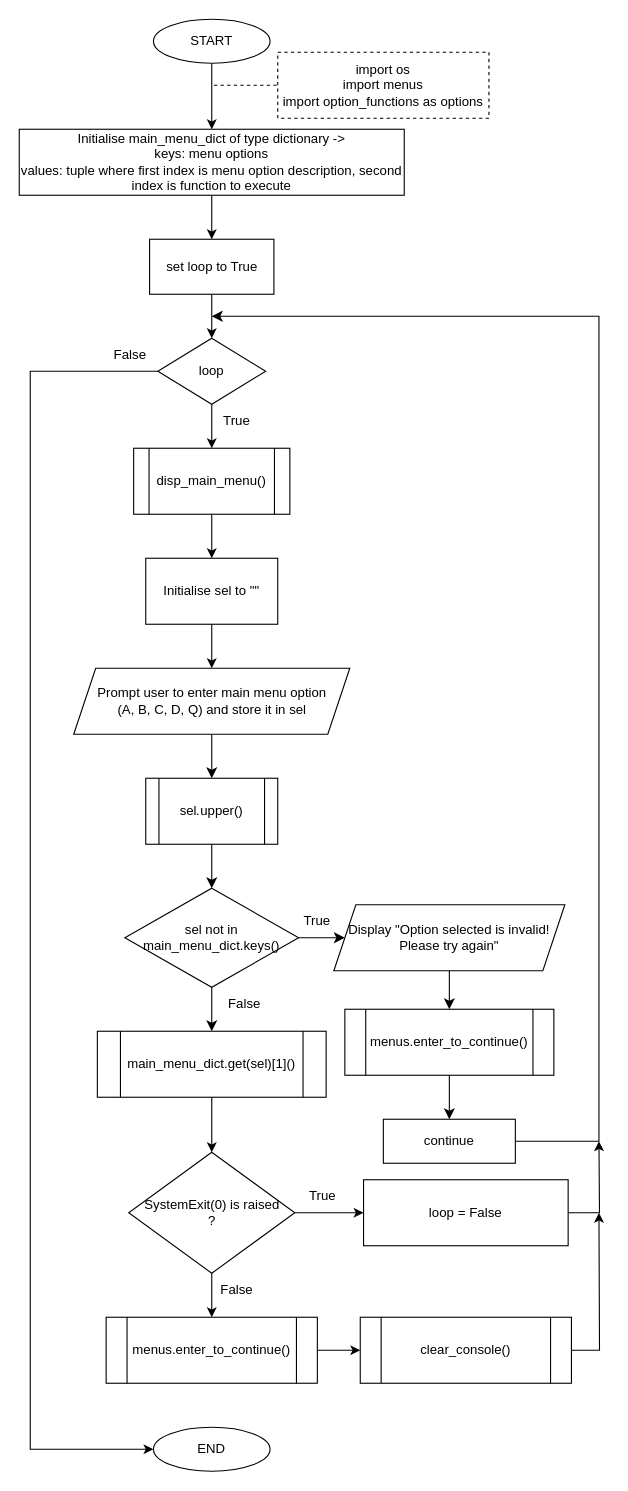
Above: Flow Charts/main.drawio in SNGTech/CPPSProject (draw.io), before the change. Source tidied: cells renumbered, new cells numbered last; positions are measured from the earlier drawing's top-left corner, leaving out a move shared by most shapes. Both pictures are drawn from the tidied source at 110%, with x=0, y=0 at pixel (19, 19).
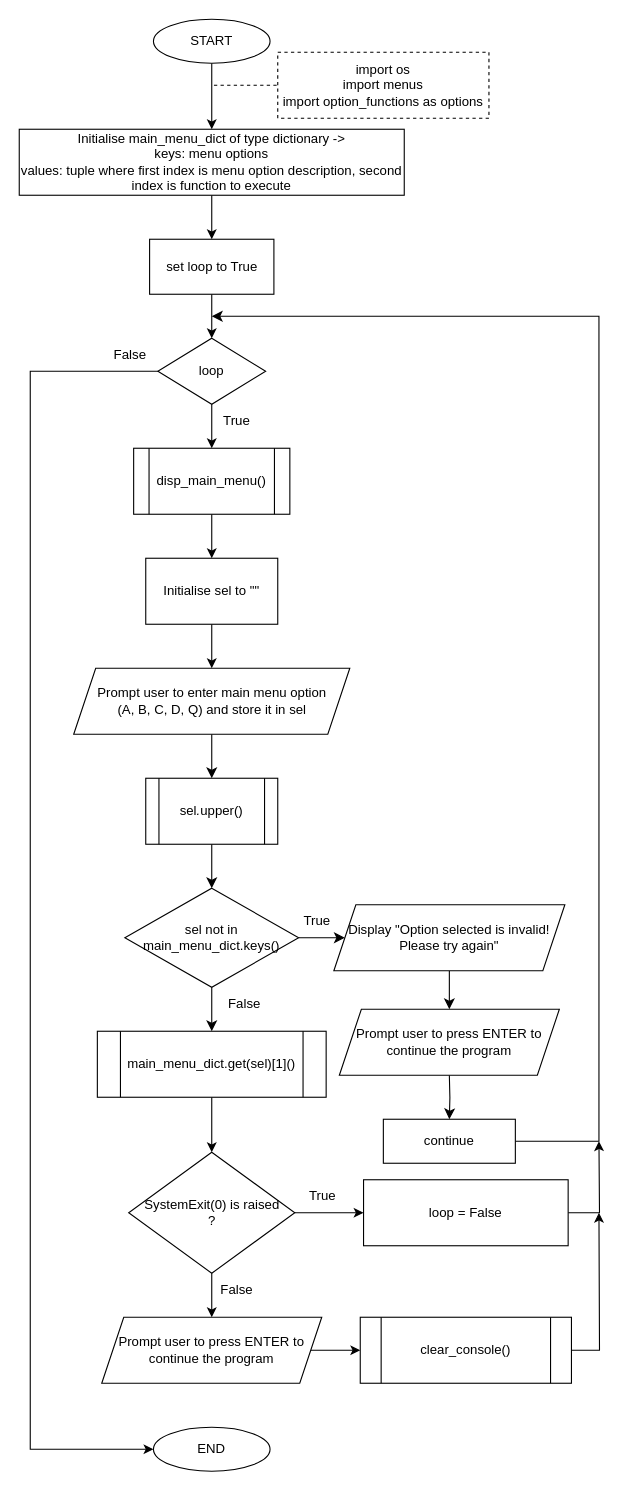
After the change.

The change refers to these unchanged cells:
```xml
<mxCell id="25" value="Display &quot;Option selected is invalid! Please try again&quot;" style="shape=parallelogram;perimeter=parallelogramPerimeter;whiteSpace=wrap;html=1;fixedSize=1;rounded=0;glass=0;sketch=0;fontSize=12;" parent="1" vertex="1">
  <mxGeometry x="286" y="805" width="210" height="60" as="geometry" />
</mxCell>
<mxCell id="36" value="clear_console()" style="shape=process;whiteSpace=wrap;html=1;backgroundOutline=1;rounded=0;glass=0;sketch=0;fontSize=12;" parent="1" vertex="1">
  <mxGeometry x="310" y="1180" width="192" height="60" as="geometry" />
</mxCell>
<mxCell id="40" value="SystemExit(0) is raised&lt;br&gt;?" style="rhombus;whiteSpace=wrap;html=1;rounded=0;glass=0;sketch=0;fontSize=12;" parent="1" vertex="1">
  <mxGeometry x="99.5" y="1030" width="151" height="110" as="geometry" />
</mxCell>
```

What changed in the source:
```diff
@@
-    <mxCell id="24" style="edgeStyle=orthogonalEdgeStyle;rounded=0;jettySize=auto;html=1;strokeColor=default;fontSize=12;endArrow=classic;endFill=1;endSize=7;" parent="1" edge="1" source="25" target="28">
-      <mxGeometry relative="1" as="geometry" />
+    <mxCell id="24" style="edgeStyle=orthogonalEdgeStyle;rounded=0;jettySize=auto;html=1;strokeColor=default;fontSize=12;endArrow=classic;endFill=1;endSize=7;" parent="1" edge="1" source="25">
+      <mxGeometry relative="1" as="geometry">
+        <mxPoint x="391" y="900" as="targetPoint" />
+      </mxGeometry>
     </mxCell>
@@
-    <mxCell id="27" style="edgeStyle=orthogonalEdgeStyle;rounded=0;jettySize=auto;html=1;strokeColor=default;fontSize=12;endArrow=classic;endFill=1;endSize=7;" parent="1" edge="1" source="28">
+    <mxCell id="27" style="edgeStyle=orthogonalEdgeStyle;rounded=0;orthogonalLoop=1;jettySize=auto;html=1;strokeColor=default;fontSize=12;endArrow=classic;endFill=1;endSize=7;" parent="1" edge="1">
       <mxGeometry relative="1" as="geometry">
+        <mxPoint x="391" y="960" as="sourcePoint" />
         <mxPoint x="391" y="1000" as="targetPoint" />
       </mxGeometry>
     </mxCell>
-    <mxCell id="28" value="menus.enter_to_continue()" style="shape=process;whiteSpace=wrap;html=1;backgroundOutline=1;rounded=0;glass=0;sketch=0;fontSize=12;" parent="1" vertex="1">
-      <mxGeometry x="296" y="900" width="190" height="60" as="geometry" />
-    </mxCell>
@@
-    <mxCell id="33" style="edgeStyle=orthogonalEdgeStyle;rounded=0;jettySize=auto;html=1;" parent="1" edge="1" source="34" target="36">
+    <mxCell id="33" style="edgeStyle=orthogonalEdgeStyle;rounded=0;jettySize=auto;html=1;exitX=1;exitY=0.5;exitDx=0;exitDy=0;" parent="1" edge="1" source="49" target="36">
       <mxGeometry relative="1" as="geometry" />
     </mxCell>
-    <mxCell id="34" value="menus.enter_to_continue()" style="shape=process;whiteSpace=wrap;html=1;backgroundOutline=1;rounded=0;glass=0;sketch=0;fontSize=12;" parent="1" vertex="1">
-      <mxGeometry x="79" y="1180" width="192" height="60" as="geometry" />
-    </mxCell>
@@
-    <mxCell id="38" style="edgeStyle=orthogonalEdgeStyle;rounded=0;jettySize=auto;html=1;" parent="1" edge="1" source="40" target="34">
-      <mxGeometry relative="1" as="geometry" />
+    <mxCell id="38" style="edgeStyle=orthogonalEdgeStyle;rounded=0;jettySize=auto;html=1;" parent="1" edge="1" source="40">
+      <mxGeometry relative="1" as="geometry">
+        <mxPoint x="175" y="1180" as="targetPoint" />
+      </mxGeometry>
     </mxCell>
@@
+    <mxCell id="48" value="Prompt user to press ENTER to continue the program" style="shape=parallelogram;perimeter=parallelogramPerimeter;whiteSpace=wrap;html=1;fixedSize=1;" parent="1" vertex="1">
+      <mxGeometry x="291" y="900" width="200" height="60" as="geometry" />
+    </mxCell>
+    <mxCell id="49" value="Prompt user to press ENTER to continue the program" style="shape=parallelogram;perimeter=parallelogramPerimeter;whiteSpace=wrap;html=1;fixedSize=1;" parent="1" vertex="1">
+      <mxGeometry x="75" y="1180" width="200" height="60" as="geometry" />
+    </mxCell>
```
